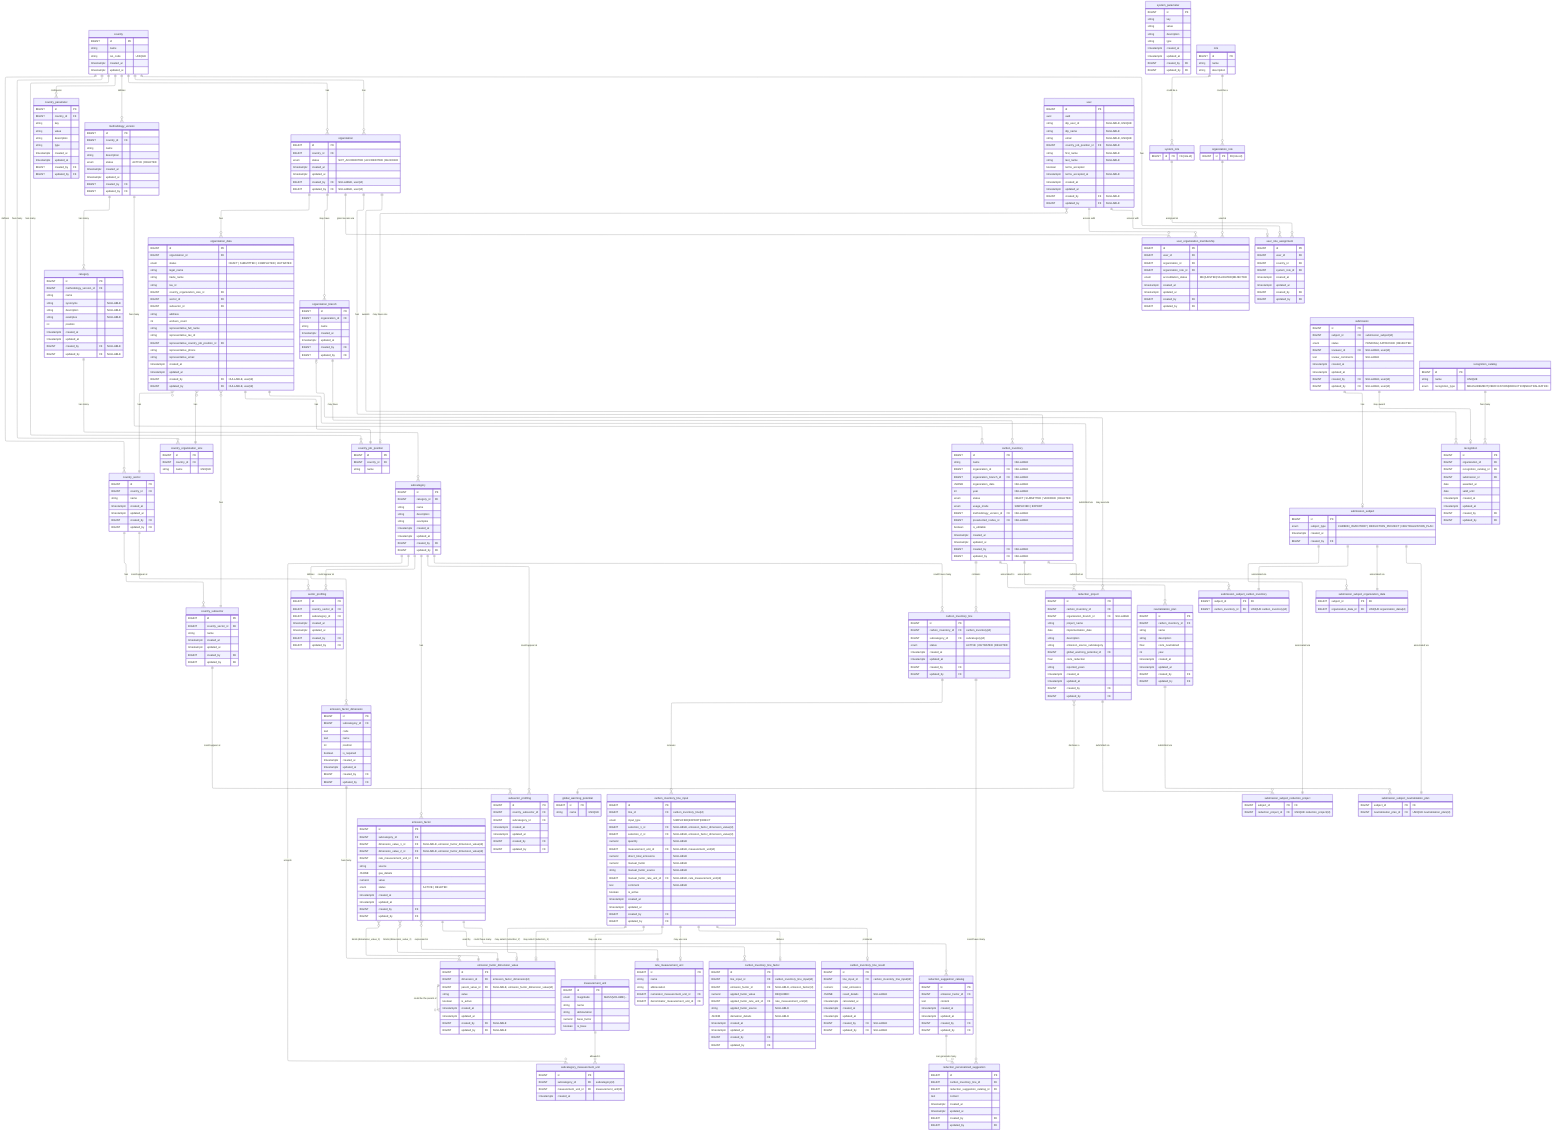
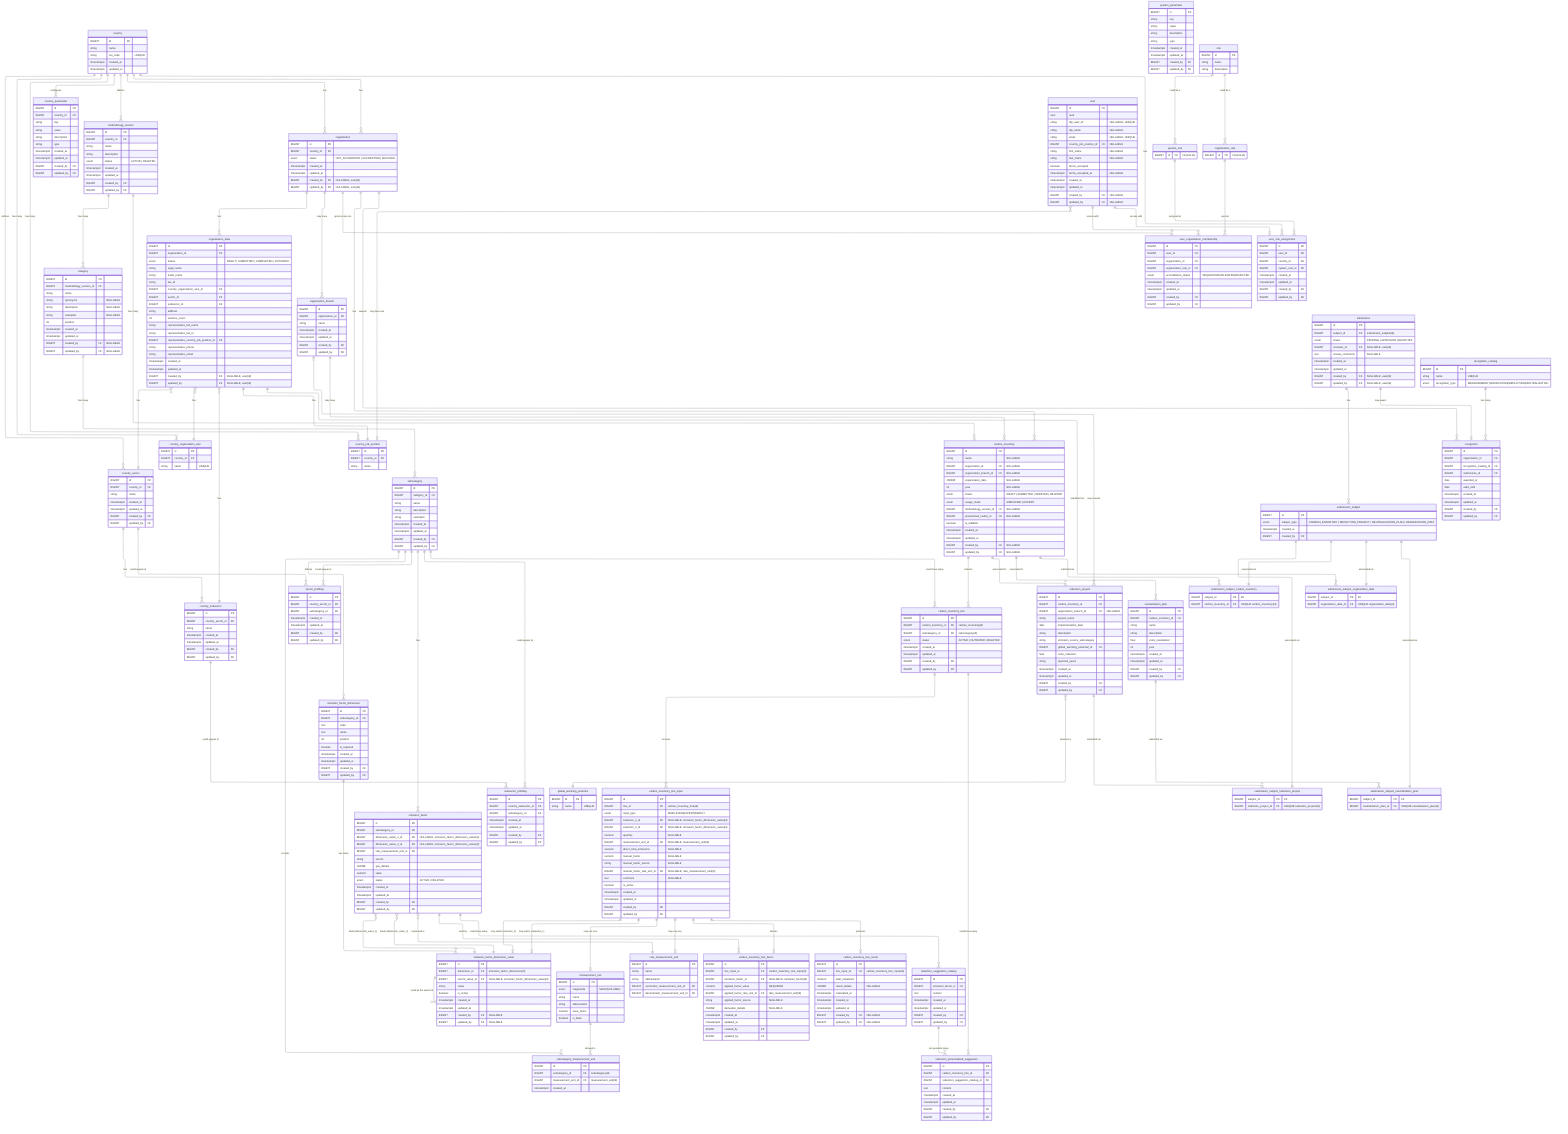
---
config:
  layout: elk
---
erDiagram
	direction TB

	%% ============================================================
	%% Design Principles
	%% ============================================================

	%% 🔷 Core Modeling Principles
	%% 	1.	Each table has a single, well-defined responsibility
	%% Tables are designed to represent one concept only (e.g. configuration, input, result, workflow), avoiding mixed concerns.

	%% 	2.	Relationships reflect real business rules, not just foreign keys
	%% Cardinalities and optionality are chosen to express domain constraints, not merely technical implementation details.

	%% 	3.	Nullability is intentional and meaningful
	%% Nullable fields indicate valid domain states (e.g. optional associations, draft data), not incomplete design.

	%% ⸻

	%% 🔷 Configuration & Reference Data
	%% 	4.	Reference data is normalized and centralized
	%% Shared concepts (statuses, units, potentials) are defined once and reused across the system.

	%% 	5.	Volatile enums are modeled as tables, not database ENUMs
	%% Any value expected to evolve (statuses, workflows) is stored in catalog tables to avoid schema migrations.

	%% 	6.	Stable physical concepts may use ENUMs
	%% Concepts that are scientifically stable (e.g. unit magnitude, usage mode) may use database ENUMs for safety and clarity.

	%% ⸻

	%% 🔷 Methodology & Emission Factors

	%% 	7.	Methodology is versioned and country-scoped
	%% All categories, subcategories, and factors belong to a specific methodology version tied to a country.

	%% 	8.	Emission factors are defined by standardized dimensions, not free text
	%% User selections and factor matching are driven by normalized dimension values to ensure consistency and correctness.

	%% 	9.	Dimension cardinality reflects domain reality, not generic flexibility
	%% Emission factors support up to two dimensions by design, matching current methodology requirements and admin workflows.

	%% 	10.	Administrative workflows are hierarchical and sequential
	%% New entities are created top-down (category → subcategory → dimension → value → factor), enforcing consistency at each level.

	%% ⸻

	%% 🔷 Inventory & Calculation

	%% 	11.	Input, factor selection, and results are modeled as separate concerns
	%% User input, factor derivation, and calculated results are stored in distinct tables for clarity and auditability.

	%% 	12.	Results are always derived from immutable input snapshots
	%% Calculated emissions reference the exact input used, ensuring reproducibility even if inputs change later.

	%% 	13.	Historical data is preserved; updates create new versions
	%% Changes do not overwrite previous data but create new records, maintaining a complete audit trail.

	%% ⸻

	%% 🔷 Workflow & Submissions

	%% 	14.	Workflows are modeled as data, not booleans
	%% Submissions, approvals, and recognitions are represented explicitly rather than inferred from flags.

	%% 	15.	Polymorphism is handled via explicit subject tables
	%% Submissions reference a generic subject entity with concrete subtype tables, avoiding nullable polymorphic foreign keys.

	%% 	16.	Recognitions are awarded based on submissions, not raw entities
	%% This ensures all awards are traceable to a validated review process.

	%% ⸻

	%% 🔷 Audit & Governance

	%% 	17.	Audit fields are applied based on responsibility and mutability
	%% Operational tables are auditable; reference and system-owned tables may omit audit fields by design.

	%% 	18.	System-generated data does not pretend to have an author
	%% Automatically calculated results record timestamps but not created_by or updated_by.

	%% 	19.	Database constraints enforce correctness wherever possible
	%% Uniqueness, consistency, and invariants are enforced at the database level rather than relying solely on application logic.


	%% ⸻

	%% 🔷 Evolution & Maintainability

	%% 	20.	Design favors clarity and correctness over premature generalization
	%% Flexibility is introduced only when driven by real domain requirements, not hypothetical future use cases.

	%% 	21.	Future extensions are possible without breaking existing data
	%% The model anticipates evolution (e.g. new methodologies, new workflows) while keeping current usage simple and explicit.

	%% ⸻

	%% These principles are intentional.
	%% Changes to the model should preserve these invariants unless there is a clear domain-driven reason to evolve them.

	%% ============================================================
	%% 🟦 Country & configuration (7)
	%% ============================================================

	country {
		BIGINT id PK ""
		string name  ""
		string iso_code "UNIQUE"
		timestamptz created_at  ""
		timestamptz updated_at  ""
	}

	country_parameter {
		BIGINT id PK ""
		BIGINT country_id FK ""
		string key  ""
		string value  ""
		string description  ""
		string type  ""
		timestamptz created_at  ""
		timestamptz updated_at  ""
		BIGINT created_by FK ""
		BIGINT updated_by FK ""
	}

	system_parameter {
		BIGINT id PK ""
		string key  ""
		string value  ""
		string description  ""
		string type  ""
		timestamptz created_at  ""
		timestamptz updated_at  ""
		BIGINT created_by FK ""
		BIGINT updated_by FK ""
	}

	country_sector {
		BIGINT id PK ""
		BIGINT country_id FK ""
		string name  ""
		timestamptz created_at  ""
		timestamptz updated_at  ""
		BIGINT created_by FK ""
		BIGINT updated_by FK ""
	}

	country_subsector {
		BIGINT id PK ""
		BIGINT country_sector_id FK ""
		string name  ""
		timestamptz created_at  ""
		timestamptz updated_at  ""
		BIGINT created_by FK ""
		BIGINT updated_by FK ""
	}

	country_organization_size {
		BIGINT id PK ""
		BIGINT country_id FK ""
		string name  "UNIQUE"
	}

	country_job_position {
		BIGINT id PK ""
		BIGINT country_id FK ""
		string name  ""
	}

	%% ============================================================
	%% 🟩 Methodology & factors (10)
	%% ============================================================

	methodology_version {
		BIGINT id PK ""
		BIGINT country_id FK ""
		string name  ""
		string description  ""
		enum status "ACTIVE | DELETED"
		timestamptz created_at  ""
		timestamptz updated_at  ""
		BIGINT created_by FK ""
		BIGINT updated_by FK ""
		%% Enforce via trigger at most 1 active per country
	}

	category {
		BIGINT id PK ""
		BIGINT methodology_version_id FK ""
		string name  ""
		%% just for displaying
		string synonyms "NULLABLE"
		%% just for displaying
		string description "NULLABLE"
		%% just for displaying
		string examples "NULLABLE"
		%% Position must be > 0 (enforced by DB CHECK constraint)
		int position ""
		timestamptz created_at  ""
		timestamptz updated_at  ""
		BIGINT created_by FK "NULLABLE"
		BIGINT updated_by FK "NULLABLE"
		%% UNIQUE(methodology_version_id, name)
		%% UNIQUE(methodology_version_id, position)
	}

	subcategory {
		BIGINT id PK ""
		BIGINT category_id FK ""
		string name  ""
		%% just for displaying
		string description  ""
		%% just for displaying
		string examples ""
		timestamptz created_at  ""
		timestamptz updated_at  ""
		BIGINT created_by FK ""
		BIGINT updated_by FK ""
	}

	emission_factor_dimension {
		BIGINT id PK ""
		BIGINT subcategory_id FK ""
		%% Like: FUEL_GROUP, FUEL_TYPE, GAS_TYPE
		text code ""
		%% Like: Tipo de combustible, Tipo de gas
		text name ""
		%% Like: 1, 2, 3 (order in UI & logic)
		int position ""
		boolean is_required ""
		timestamptz created_at  ""
		timestamptz updated_at  ""
		BIGINT created_by FK ""
		BIGINT updated_by FK ""
		%% UNIQUE(subcategory_id, position),
		%% UNIQUE(subcategory_id, code)
	}

	emission_factor_dimension_value {
		BIGINT id PK ""
		BIGINT dimension_id FK "emission_factor_dimension(id)"
		BIGINT parent_value_id FK "NULLABLE, emission_factor_dimension_value(id)"
		%% Like: Natural gas, Diesel, Kerosene, etc
		string value ""
		boolean is_active ""
		timestamptz created_at  ""
		timestamptz updated_at  ""
		BIGINT created_by FK "NULLABLE"
		BIGINT updated_by FK "NULLABLE"
		%% UNIQUE(dimension_id, value)
	}

	emission_factor {
		BIGINT id PK ""
		BIGINT subcategory_id FK ""
		%% Emission factors currently support up to two dimensions via fixed columns.
		%% A binding table was considered for unbounded dimensions but intentionally not used to keep queries and constraints simple.
		BIGINT dimension_value_1_id FK "NULLABLE, emission_factor_dimension_value(id)"
		BIGINT dimension_value_2_id FK "NULLABLE, emission_factor_dimension_value(id)"
		BIGINT rate_measurement_unit_id FK ""
		string source  ""
		JSONB gas_details ""
		numeric value  ""
		enum status "ACTIVE | DELETED"
		timestamptz created_at  ""
		timestamptz updated_at  ""
		BIGINT created_by FK ""
		BIGINT updated_by FK ""
		%% Enforce UNIQUE (subcategory_id, dimension_value_1_id, dimension_value_2_id) WHERE status = 'ACTIVE'
	}

	sector_profiling {
		BIGINT id PK ""
		BIGINT country_sector_id FK ""
		BIGINT subcategory_id FK ""
		timestamptz created_at  ""
		timestamptz updated_at  ""
		BIGINT created_by FK ""
		BIGINT updated_by FK ""
		%% UNIQUE(country_sector_id, subcategory_id)
	}

	subsector_profiling {
		BIGINT id PK ""
		BIGINT country_subsector_id FK ""
		BIGINT subcategory_id FK ""
		timestamptz created_at  ""
		timestamptz updated_at  ""
		BIGINT created_by FK ""
		BIGINT updated_by FK ""
		%% UNIQUE(country_subsector_id, subcategory_id)
	}

	measurement_unit {
		BIGINT id PK ""
		enum magnitude  "MASS|VOLUME|..."
		string name  ""
		string abbreviation  ""
		numeric base_factor  ""
		boolean is_base  ""
		%% Enforce UNIQUE (magnitude) WHERE is_base = true
	}

	rate_measurement_unit {
		BIGINT id PK ""
		string name  ""
		string abbreviation  ""
		BIGINT numerator_measurement_unit_id FK ""
		BIGINT denominator_measurement_unit_id FK ""
	}

	subcategory_measurement_unit {
		BIGINT id PK ""
		BIGINT subcategory_id FK "subcategory(id)"
		BIGINT measurement_unit_id FK "measurement_unit(id)"
		timestamptz created_at ""
		%% UNIQUE(subcategory_id, measurement_unit_id)
	}

	global_warming_potential {
		BIGINT id PK ""
		string name "UNIQUE"
		%% AR4, AR5, etc...
	}

	%% ============================================================
	%% 🟨 Organizations & users (8)
	%% ============================================================

	organization {
		BIGINT id PK
		BIGINT country_id FK
		enum status "NOT_ACCREDITED | ACCREDITED | BLOCKED"
		timestamptz created_at
		timestamptz updated_at
		BIGINT created_by FK "NULLABLE, user(id)"
		BIGINT updated_by FK "NULLABLE, user(id)"
  	}

	organization_data {
		BIGINT id PK
		BIGINT organization_id FK
		enum status "DRAFT | SUBMITTED | COMPLETED | OUTDATED"

		%% organization data
		string legal_name
		string trade_name
		string tax_id
		BIGINT country_organization_size_id FK
		BIGINT sector_id FK
		BIGINT subsector_id FK
		string address
		int workers_count

		%% representative data
		string representative_full_name
		string representative_tax_id
		BIGINT representative_country_job_position_id FK
		string representative_phone
		string representative_email

		timestamptz created_at
		timestamptz updated_at
		BIGINT created_by FK "NULLABLE, user(id)"
		BIGINT updated_by FK "NULLABLE, user(id)"
	}

	organization_branch {
		BIGINT id PK ""
		BIGINT organization_id FK ""
		string name  ""
		timestamptz created_at  ""
		timestamptz updated_at  ""
		BIGINT created_by FK ""
		BIGINT updated_by FK ""
	}

	user {
		BIGINT id PK ""
		uuid uuid  ""
		string idp_user_id "NULLABLE, UNIQUE"
		string idp_name "NULLABLE"
		string email  "NULLABLE, UNIQUE"
		BIGINT country_job_position_id FK "NULLABLE"
		string first_name "NULLABLE"
		string last_name "NULLABLE"
		boolean terms_accepted ""
		timestamptz terms_accepted_at "NULLABLE"
		timestamptz created_at  ""
		timestamptz updated_at  ""
		BIGINT created_by FK "NULLABLE"
		BIGINT updated_by FK "NULLABLE"
	}

	%% abstract parent table
	role {
		BIGINT id PK ""
		string name ""
		string description ""
	}

	system_role {
		BIGINT id PK "FK(role.id)"
	}

	organization_role {
		BIGINT id PK "FK(role.id)"
	}

	user_organization_membership {
		BIGINT id PK ""
		BIGINT user_id FK ""
		BIGINT organization_id FK ""
		BIGINT organization_role_id FK ""
		enum accreditation_status  "REQUESTED|VALIDATED|REJECTED"
		timestamptz created_at  ""
		timestamptz updated_at  ""
		BIGINT created_by FK ""
		BIGINT updated_by FK ""
		%% UNIQUE(user_id, organization_id, organization_role_id)
	}

	user_role_assignment {
		BIGINT id PK ""
		BIGINT user_id FK ""
		BIGINT country_id FK ""
		BIGINT system_role_id FK ""
		timestamptz created_at  ""
		timestamptz updated_at  ""
		BIGINT created_by FK ""
		BIGINT updated_by FK ""
		%% UNIQUE(user_id, country_id, system_role_id)
	}

	%% ============================================================
	%% 🟧 Inventory & calculation (9)
	%% ============================================================

	%% organization & organization_branch will be NULL when user does not belong to any org.
	carbon_inventory {
		BIGINT id PK ""
		string name "NULLABLE"
		BIGINT organization_id FK "NULLABLE"
		BIGINT organization_branch_id FK "NULLABLE"
		JSONB organization_data "NULLABLE"
		int year "NULLABLE"
		enum status "DRAFT | SUBMITTED | VERIFIED | DELETED"
		enum usage_mode "SIMPLIFIED | EXPERT"
		BIGINT methodology_version_id FK "NULLABLE"
		BIGINT preselected_nodes_id FK "NULLABLE"
		boolean is_editable ""
		timestamptz created_at  ""
		timestamptz updated_at  ""
		BIGINT created_by FK "NULLABLE"
		BIGINT updated_by FK "NULLABLE"
	}

	%% A "line" represents what is being measured (subcategory) for a given inventory.
	%% We do not store quantities/factors/selections here. It's the anchor.
	carbon_inventory_line {
		BIGINT id PK ""
		BIGINT carbon_inventory_id FK "carbon_inventory(id)"
		BIGINT subcategory_id FK "subcategory(id)"
		enum status "ACTIVE | OUTDATED | DELETED"
		timestamptz created_at  ""
		timestamptz updated_at  ""
		BIGINT created_by FK ""
		BIGINT updated_by FK ""
	}

	carbon_inventory_line_input {
		BIGINT id PK ""
		BIGINT line_id FK "carbon_inventory_line(id)"
		enum input_type "SIMPLIFIED|EXPERT|DIRECT"

		%% the "dimension selections" (more on dimension standardization in section 4)
		BIGINT selection_1_id FK "NULLABLE, emission_factor_dimension_value(id)"
		BIGINT selection_2_id FK "NULLABLE, emission_factor_dimension_value(id)"

		numeric quantity "NULLABLE"
		BIGINT measurement_unit_id FK "NULLABLE, measurement_unit(id)"

		%% For DIRECT mode:
		numeric direct_total_emissions "NULLABLE"

		%% For EXPERT mode:
		numeric manual_factor "NULLABLE"
		string manual_factor_source "NULLABLE"
		BIGINT manual_factor_rate_unit_id FK "NULLABLE, rate_measurement_unit(id)"

		text comment "NULLABLE"
		boolean is_active ""
		timestamptz created_at  ""
		timestamptz updated_at  ""
		BIGINT created_by FK ""
		BIGINT updated_by FK ""
		%% Enforce only one active input per line: UNIQUE(line_id) WHERE is_active = true
	}

	%% This stores "what factor did we use, after conversions, and why" so results are reproducible.
	carbon_inventory_line_factor {
		BIGINT id PK ""
		BIGINT line_input_id FK "carbon_inventory_line_input(id)"

		%% chosen factor: either from catalog (simplified) or null for expert/direct
		BIGINT emission_factor_id FK "NULLABLE, emission_factor(id)"

		%% normalized factor actually used in the computation (post-conversion)
		%% REQUIRED: Must always be present for result reproducibility
		numeric applied_factor_value "REQUIRED"
		BIGINT applied_factor_rate_unit_id FK "rate_measurement_unit(id)"
		string applied_factor_source "NULLABLE"

		%% optionally store a JSON blob explaining conversion steps for auditability
		JSONB derivation_details "NULLABLE"

		timestamptz created_at  ""
		timestamptz updated_at  ""
		BIGINT created_by FK ""
		BIGINT updated_by FK ""
		%% Enforce 1 factor row per input: UNIQUE(line_input_id)
	}

	carbon_inventory_line_result {
		BIGINT id PK ""
		BIGINT line_input_id FK "carbon_inventory_line_input(id)"
		numeric total_emissions ""
		%% optionally store breakdown: per-gas, CO2e, etc.
		JSONB result_details "NULLABLE"
		timestamptz calculated_at ""
		timestamptz created_at  ""
		timestamptz updated_at  ""
		BIGINT created_by FK "NULLABLE"
		BIGINT updated_by FK "NULLABLE"
		%% Ensure 1 result per input: UNIQUE(line_input_id)
	}

	reduction_suggestion_catalog {
		BIGINT id PK ""
		BIGINT emission_factor_id FK ""
		text content  ""
		timestamptz created_at  ""
		timestamptz updated_at  ""
		BIGINT created_by FK ""
		BIGINT updated_by FK ""
	}

	%% We plan to create these suggestion with AI
	reduction_personalized_suggestion {
		BIGINT id PK ""
		BIGINT carbon_inventory_line_id FK ""
		BIGINT reduction_suggestion_catalog_id FK ""
		text content  ""
		timestamptz created_at  ""
		timestamptz updated_at  ""
		BIGINT created_by FK ""
		BIGINT updated_by FK ""
	}

	reduction_project {
		BIGINT id PK ""
		BIGINT carbon_inventory_id FK ""
		BIGINT organization_branch_id FK "NULLABLE"
		string project_name  ""
		date implementation_date  ""
		string description  ""
		string emission_source_subcategory  ""
		BIGINT global_warming_potential_id FK ""
		float co2e_reduction  ""
		string reported_years  ""
		timestamptz created_at  ""
		timestamptz updated_at  ""
		BIGINT created_by FK ""
		BIGINT updated_by FK ""
	}

	neutralization_plan {
		BIGINT id PK ""
		BIGINT carbon_inventory_id FK ""
		string name  ""
		string description  ""
		float co2e_neutralized  ""
		int year  ""
		timestamptz created_at  ""
		timestamptz updated_at  ""
		BIGINT created_by FK ""
		BIGINT updated_by FK ""
	}

	%% ============================================================
	%% 🟥 Submissions & recognition (7)
	%% ============================================================

	%% Read the docs about the submissions model design here: https://www.notion.so/Modelo-E-R-para-Submissions-2d318d2c8901805ab8f9eed2a9d9d702?source=copy_link
	%% The data within this table is immutable once created
	submission_subject {
		BIGINT id PK ""
- 		enum subject_type "CARBON_INVENTORY | REDUCTION_PROJECT | NEUTRALIZATION_PLAN"
+ 		enum subject_type "CARBON_INVENTORY | REDUCTION_PROJECT | NEUTRALIZATION_PLAN | ORGANIZATION_DATA"
		timestamptz created_at  ""
		BIGINT created_by FK ""
	}

	%% The data within this table is immutable once created
	submission_subject_carbon_inventory {
		BIGINT subject_id PK "FK"
		BIGINT carbon_inventory_id FK "UNIQUE carbon_inventory(id)"
	}

	%% The data within this table is immutable once created
	submission_subject_reduction_project {
		BIGINT subject_id PK "FK"
		BIGINT reduction_project_id FK "UNIQUE reduction_project(id)"
	}

	%% The data within this table is immutable once created
	submission_subject_neutralization_plan {
		BIGINT subject_id PK "FK"
		BIGINT neutralization_plan_id FK "UNIQUE neutralization_plan(id)"
	}

	%% The data within this table is immutable once created
	submission_subject_organization_data {
		BIGINT subject_id PK "FK"
		BIGINT organization_data_id FK "UNIQUE organization_data(id)"
	}

	submission {
		BIGINT id PK ""
		BIGINT subject_id FK "submission_subject(id)"
		enum status "PENDING | APPROVED | REJECTED"
		BIGINT reviewer_id FK "NULLABLE, user(id)"
		text review_comments "NULLABLE"
		timestamptz created_at  ""
		timestamptz updated_at  ""
		BIGINT created_by FK "NULLABLE, user(id)"
		BIGINT updated_by FK "NULLABLE, user(id)"
+ 		%% UNIQUE INDEX on subject_id WHERE status IN ('PENDING', 'APPROVED')
	}

	recognition_catalog {
		BIGINT id PK ""
		string name "UNIQUE"
		enum recognition_type  "MEASUREMENT|VERIFICATION|REDUCTION|NEUTRALIZATION"
	}

	recognition {
		BIGINT id PK ""
		BIGINT organization_id FK ""
		BIGINT recognition_catalog_id FK ""
		BIGINT submission_id FK ""
		date awarded_at  ""
		date valid_until  ""
		timestamptz created_at  ""
		timestamptz updated_at  ""
		BIGINT created_by FK ""
		BIGINT updated_by FK ""
	}

	%% ============================================================
	%% Others
	%% ============================================================


%% ============================================================
%% Relationships
%% ============================================================

country
	country ||--o{ country_parameter : "configures"
	country ||--o{ country_sector : "defines"
	country ||--o{ methodology_version : "defines"
	country ||--o{ organization : "has"
	country ||--o{ user_role_assignment : "has"
	country ||--o{ country_organization_size: "has many"
	country ||--o{ country_job_position : "has many"
	country ||--o{ organization : "has"

country_sector
	country_sector ||--o{ country_subsector : "has"
	country_sector ||--o{ sector_profiling : "could appear at"

country_subsector
	country_subsector ||--o{ subsector_profiling : "could appear at"

organization
	organization ||--o{ carbon_inventory : "has"
	organization ||--o{ organization_branch : "may have"
	organization ||--o{ recognition : "awards"
	organization ||--o{ user_organization_membership : "grant access via"
	organization ||--o{ organization_data : "has"

organization_data
	organization_data }o--|| country_organization_size : "has"
	organization_data }o--|| country_sector : "has"
	organization_data }o--|| country_subsector : "has"
	organization_data ||--|| country_job_position : "has"
	organization_data ||--o{ submission_subject_organization_data : "submitted via"

organization_branch
	organization_branch |o--o{ reduction_project : "may execute"
	organization_branch ||--o{ carbon_inventory : "may have"

recognition_catalog
	recognition_catalog ||--o{ recognition  : "has many"

role
	role ||--o{ system_role : "could be a"
	role ||--o{ organization_role : "could be a"
	organization_role ||--o{ user_organization_membership : "used at"
	system_role ||--o{ user_role_assignment : "assigned at"

user
	user ||--o{ user_organization_membership : "access with"
	user }o--o| country_job_position : "may have one"
	user ||--o| user_role_assignment : "access with"

methodology_version
	methodology_version ||--o{ carbon_inventory : "has many"
	methodology_version ||--o{ category : "has many"

category
	category ||--o{ subcategory : "has many"

subcategory
	subcategory ||--o{ emission_factor_dimension: "defines"
	%% A subcategory may exist with zero emission factors:
	subcategory ||--o{ emission_factor: "has"
	subcategory ||--o{ sector_profiling: "could appear at"
	subcategory ||--o{ subsector_profiling: "could appear at"
	subcategory ||--o{ carbon_inventory_line: "could have many"
	subcategory ||--o{ subcategory_measurement_unit: "accepts"

measurement_unit
	measurement_unit ||--o{ subcategory_measurement_unit: "allowed in"

emission_factor_dimension
	emission_factor_dimension ||--o{ emission_factor_dimension_value : "has many"

emission_factor_dimension_value
	emission_factor_dimension_value ||--o{ emission_factor_dimension_value : "could be the parent of"

emission_factor
	emission_factor ||--o{ reduction_suggestion_catalog : "could have many"
	emission_factor ||--o{ carbon_inventory_line_factor : "used by"
	emission_factor }o--|| rate_measurement_unit : "expressed in"
	%% At most 2 values, depending on subcategory configuration:
	emission_factor }o--|| emission_factor_dimension_value : "binds (dimension_value_1)"
	emission_factor }o--|| emission_factor_dimension_value : "binds (dimension_value_2)"

carbon_inventory
	carbon_inventory ||--o{ carbon_inventory_line: "contains"
	carbon_inventory ||--o{ submission_subject_carbon_inventory: "submitted as"
	carbon_inventory ||--o{ neutralization_plan: "associated to"
	carbon_inventory ||--o{ reduction_project: "associated to"

carbon_inventory_line
	carbon_inventory_line ||--o{ reduction_personalized_suggestion: "could have many"
	carbon_inventory_line ||--o{ carbon_inventory_line_input: "receives"

carbon_inventory_line_input
	carbon_inventory_line_input ||--o| emission_factor_dimension_value: "may select (selection_1)"
	carbon_inventory_line_input ||--o| emission_factor_dimension_value: "may select (selection_2)"
	carbon_inventory_line_input ||--o| measurement_unit: "may use one"
	carbon_inventory_line_input ||--o| rate_measurement_unit: "may use one"
	carbon_inventory_line_input ||--o| carbon_inventory_line_factor: "derives"
	carbon_inventory_line_input ||--o| carbon_inventory_line_result: "produces"

submission_subject
	submission_subject ||--|| submission_subject_carbon_inventory : "associated via"
	submission_subject ||--|| submission_subject_reduction_project : "associated via"
	submission_subject ||--|| submission_subject_neutralization_plan : "associated via"
	submission_subject ||--|| submission_subject_organization_data : "associated via"

submission
	submission ||--o| recognition: "may award"
- 	submission ||--o| submission_subject: "has"
+ 	submission ||--o{ submission_subject: "has"

neutralization_plan
	neutralization_plan ||--o{ submission_subject_neutralization_plan : "submitted via"

reduction_project
	reduction_project ||--o{ submission_subject_reduction_project : "submitted via"
	reduction_project }o--|| global_warming_potential : "declares a"

reduction_suggestion_catalog
	reduction_suggestion_catalog ||--o{ reduction_personalized_suggestion : "can generate many"